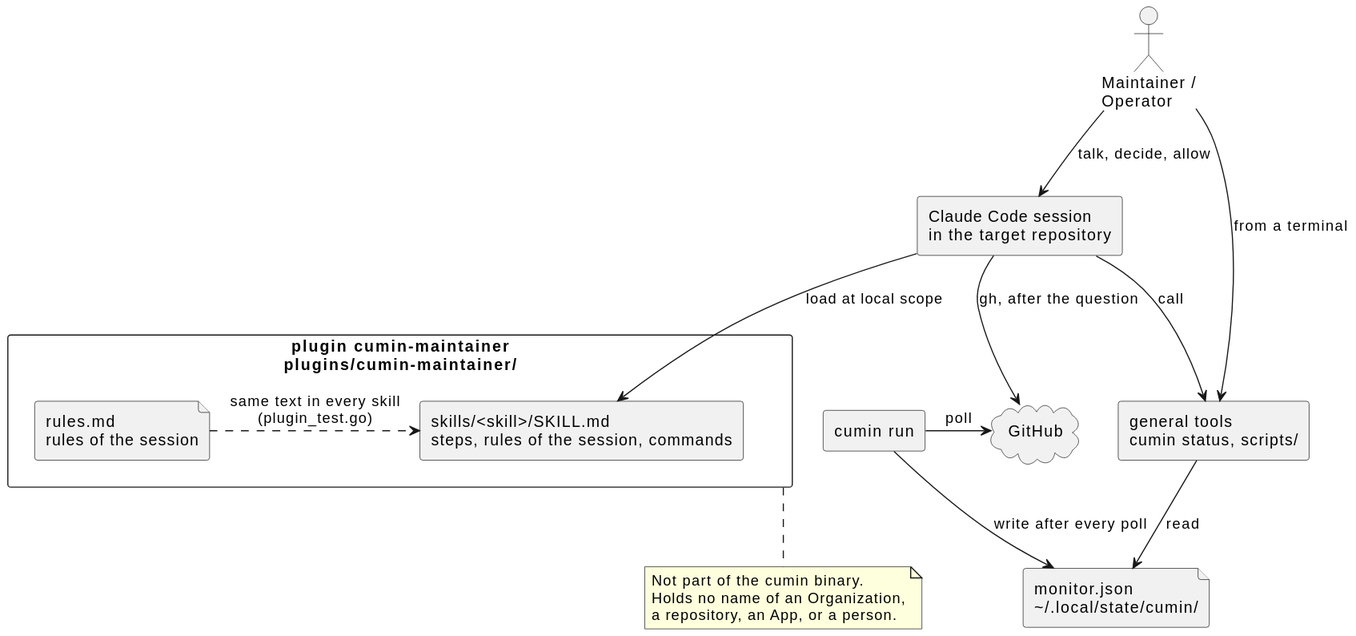
Earlier version of the PlantUML export docs/ja/guides/maintainer-skills.svg (cloveclovedev/cumin-works).
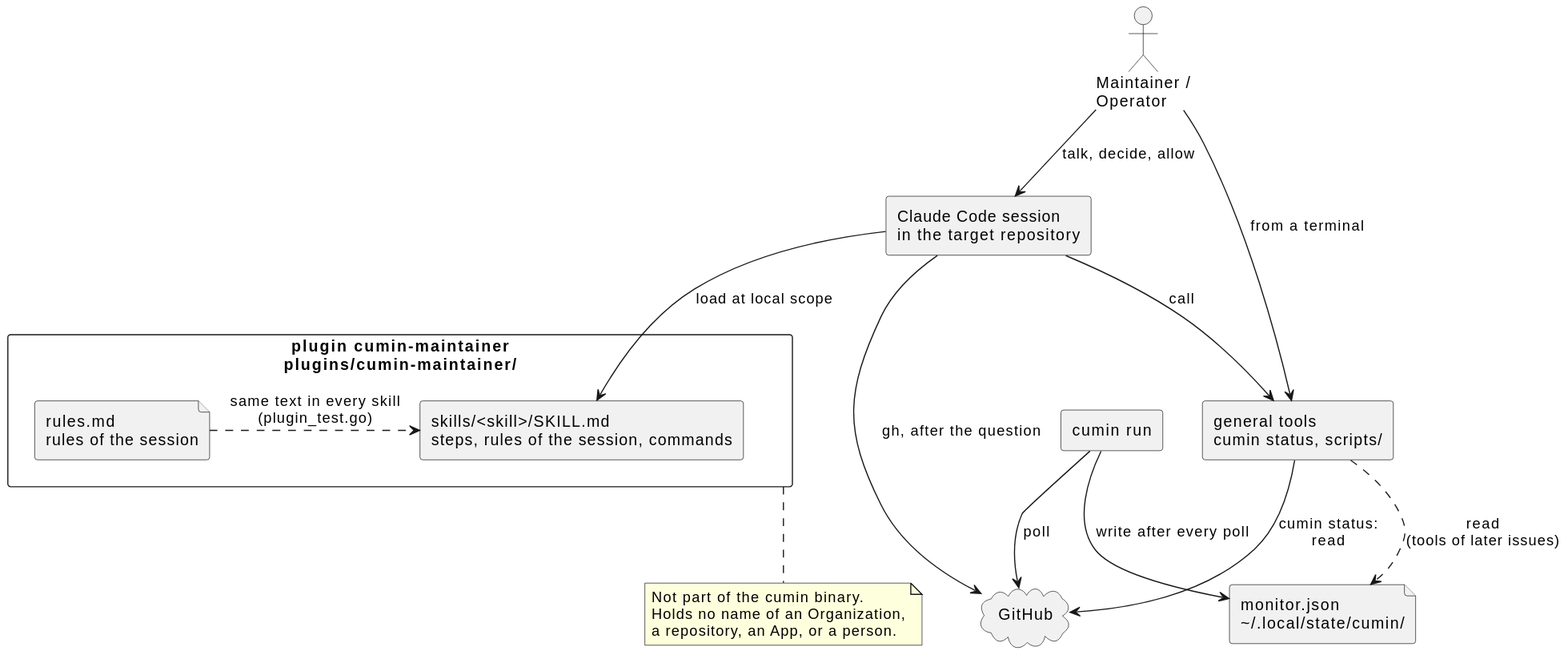
After the commit.

Commit message:
docs(guides): say that no tool reads the monitor file yet

Show cumin status as the tool of today, which reads GitHub, and draw the
read of the monitor file as an arrow of later issues.

Change to the diagram source:
```diff
@@ -20,7 +20,8 @@
 rules .right.> skills : same text in every skill\n(plugin_test.go)
 session --> tools : call
 session --> github : gh, after the question
-tools --> monitor : read
+tools --> github : cumin status:\nread
+tools ..> monitor : read\n(tools of later issues)
 run --> monitor : write after every poll
 run -right-> github : poll
 
```
